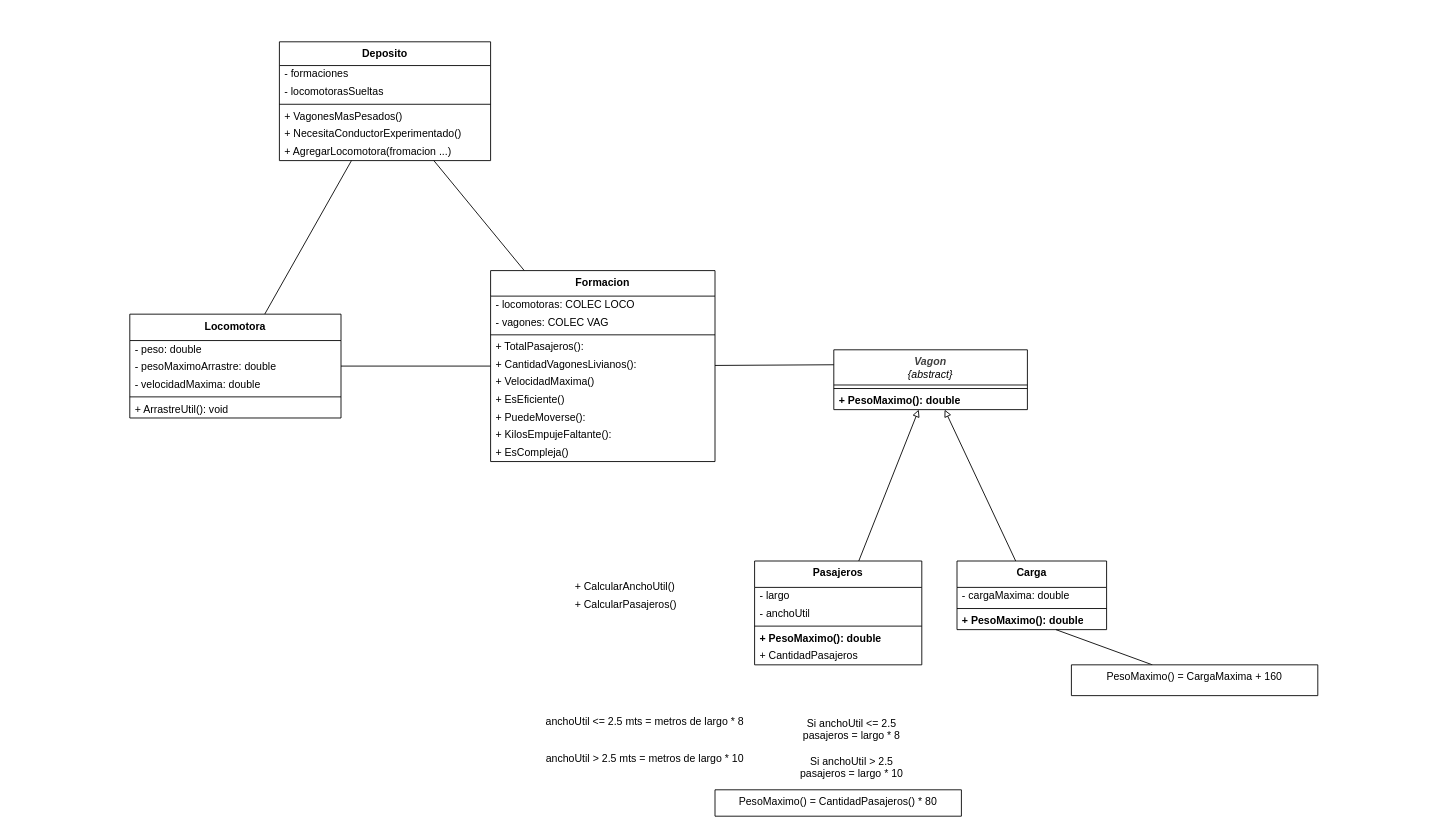
Earlier version of the draw.io diagram src/TrenesyDepositos/EJTrenesDepositosCS.dio (gastonjavierricchiardi/ejercicios-csharp-utn-2026). Source tidied: cells renumbered, new cells numbered last; positions are measured from the earlier drawing's top-left corner, leaving out a move shared by most shapes. Both pictures are drawn from the tidied source at 88%, with x=0, y=0 at pixel (129, 41).
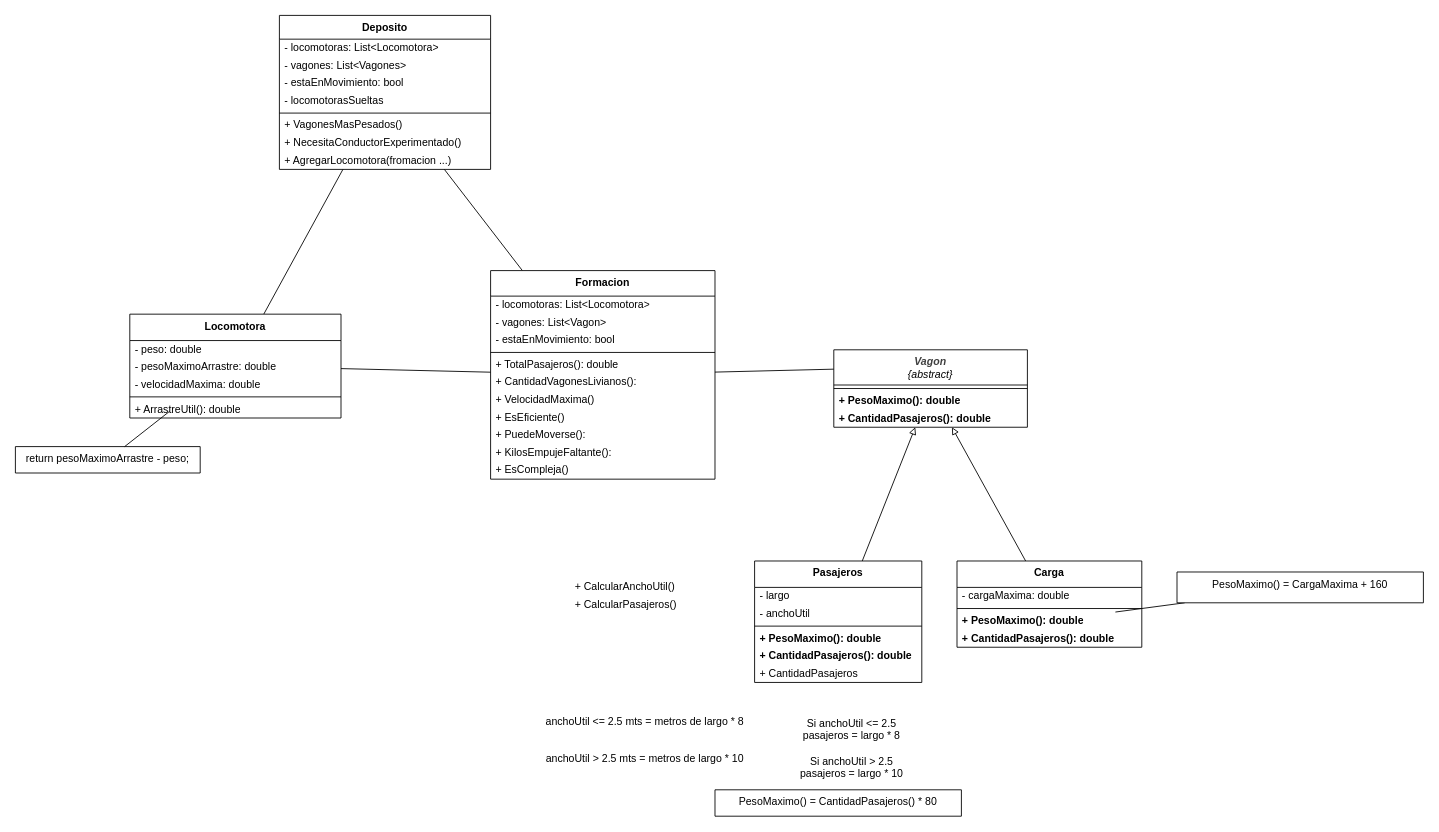
Above is the later version.

Commit message (it also covers changes not shown here):
Subimos el diagrama

The change refers to these unchanged cells:
```xml
<mxCell id="29" value="&lt;b&gt;Locomotora&lt;/b&gt;" style="swimlane;fontStyle=0;align=center;verticalAlign=top;horizontal=1;startSize=30;html=1;whiteSpace=wrap;" parent="1" vertex="1">
  <mxGeometry y="309.5" width="240" height="118" as="geometry" />
</mxCell>
```

The edit, as a diff of the source:
```diff
@@
     <mxCell id="2" value="&lt;b&gt;Deposito&lt;/b&gt;" style="swimlane;fontStyle=0;align=center;verticalAlign=top;horizontal=1;startSize=27;html=1;whiteSpace=wrap;" parent="1" vertex="1">
-      <mxGeometry x="170" width="240" height="135" as="geometry" />
+      <mxGeometry x="170" y="-30" width="240" height="175" as="geometry" />
     </mxCell>
-    <mxCell id="3" value="- formaciones" style="text;html=1;strokeColor=none;fillColor=none;align=left;verticalAlign=middle;spacingLeft=4;spacingRight=4;overflow=hidden;whiteSpace=wrap;" parent="2" vertex="1">
+    <mxCell id="3" value="- locomotoras: List&amp;lt;Locomotora&amp;gt;" style="text;html=1;strokeColor=none;fillColor=none;align=left;verticalAlign=middle;spacingLeft=4;spacingRight=4;overflow=hidden;whiteSpace=wrap;" parent="2" vertex="1">
       <mxGeometry y="27" width="240" height="20" as="geometry" />
     </mxCell>
+    <mxCell id="53" value="- vagones: List&amp;lt;Vagones&amp;gt;" style="text;html=1;strokeColor=none;fillColor=none;align=left;verticalAlign=middle;spacingLeft=4;spacingRight=4;overflow=hidden;whiteSpace=wrap;" parent="2" vertex="1">
+      <mxGeometry y="47" width="240" height="20" as="geometry" />
+    </mxCell>
+    <mxCell id="54" value="- estaEnMovimiento: bool" style="text;html=1;strokeColor=none;fillColor=none;align=left;verticalAlign=middle;spacingLeft=4;spacingRight=4;overflow=hidden;whiteSpace=wrap;" parent="2" vertex="1">
+      <mxGeometry y="67" width="240" height="20" as="geometry" />
+    </mxCell>
     <mxCell id="4" value="- locomotorasSueltas" style="text;html=1;strokeColor=none;fillColor=none;align=left;verticalAlign=middle;spacingLeft=4;spacingRight=4;overflow=hidden;whiteSpace=wrap;" parent="2" vertex="1">
-      <mxGeometry y="47" width="240" height="20" as="geometry" />
+      <mxGeometry y="87" width="240" height="20" as="geometry" />
     </mxCell>
     <mxCell id="5" style="line;strokeWidth=1;fillColor=none;align=left;verticalAlign=middle;spacingTop=-1;spacingLeft=3;spacingRight=3;labelPosition=right;" parent="2" vertex="1">
-      <mxGeometry y="67" width="240" height="8" as="geometry" />
+      <mxGeometry y="107" width="240" height="8" as="geometry" />
     </mxCell>
     <mxCell id="6" value="+ VagonesMasPesados()" style="text;html=1;strokeColor=none;fillColor=none;align=left;verticalAlign=middle;spacingLeft=4;spacingRight=4;overflow=hidden;whiteSpace=wrap;" parent="2" vertex="1">
-      <mxGeometry y="75" width="240" height="20" as="geometry" />
+      <mxGeometry y="115" width="240" height="20" as="geometry" />
     </mxCell>
     <mxCell id="7" value="+ NecesitaConductorExperimentado()" style="text;html=1;strokeColor=none;fillColor=none;align=left;verticalAlign=middle;spacingLeft=4;spacingRight=4;overflow=hidden;whiteSpace=wrap;" parent="2" vertex="1">
-      <mxGeometry y="95" width="240" height="20" as="geometry" />
+      <mxGeometry y="135" width="240" height="20" as="geometry" />
     </mxCell>
     <mxCell id="8" value="+ AgregarLocomotora(fromacion ...)" style="text;html=1;strokeColor=none;fillColor=none;align=left;verticalAlign=middle;spacingLeft=4;spacingRight=4;overflow=hidden;whiteSpace=wrap;" parent="2" vertex="1">
-      <mxGeometry y="115" width="240" height="20" as="geometry" />
+      <mxGeometry y="155" width="240" height="20" as="geometry" />
     </mxCell>
     <mxCell id="9" value="&lt;i&gt;&lt;b style=&quot;color: rgb(63, 63, 63); scrollbar-color: rgb(226, 226, 226) rgb(251, 251, 251);&quot;&gt;Vagon&lt;/b&gt;&lt;br style=&quot;color: rgb(63, 63, 63); scrollbar-color: rgb(226, 226, 226) rgb(251, 251, 251);&quot;&gt;&lt;span style=&quot;color: rgb(0, 0, 0);&quot;&gt;{abstract}&lt;/span&gt;&lt;/i&gt;" style="swimlane;fontStyle=0;align=center;verticalAlign=top;horizontal=1;startSize=40;html=1;whiteSpace=wrap;" parent="1" vertex="1">
-      <mxGeometry x="800" y="350" width="220" height="68" as="geometry" />
+      <mxGeometry x="800" y="350" width="220" height="88" as="geometry" />
     </mxCell>
@@
+    <mxCell id="55" value="+ CantidadPasajeros(): double" style="text;html=1;strokeColor=none;fillColor=none;align=left;verticalAlign=middle;spacingLeft=4;spacingRight=4;overflow=hidden;whiteSpace=wrap;fontStyle=1;" parent="9" vertex="1">
+      <mxGeometry y="68" width="220" height="20" as="geometry" />
+    </mxCell>
@@
     <mxCell id="13" value="&lt;b&gt;Pasajeros&lt;/b&gt;" style="swimlane;fontStyle=0;align=center;verticalAlign=top;horizontal=1;startSize=30;html=1;whiteSpace=wrap;" parent="1" vertex="1">
-      <mxGeometry x="710" y="590" width="190" height="118" as="geometry" />
+      <mxGeometry x="710" y="590" width="190" height="138" as="geometry" />
     </mxCell>
@@
+    <mxCell id="56" value="+ CantidadPasajeros(): double" style="text;html=1;strokeColor=none;fillColor=none;align=left;verticalAlign=middle;spacingLeft=4;spacingRight=4;overflow=hidden;whiteSpace=wrap;fontStyle=1;" parent="13" vertex="1">
+      <mxGeometry y="98" width="190" height="20" as="geometry" />
+    </mxCell>
     <mxCell id="18" value="+ CantidadPasajeros" style="text;html=1;strokeColor=none;fillColor=none;align=left;verticalAlign=middle;spacingLeft=4;spacingRight=4;overflow=hidden;whiteSpace=wrap;" parent="13" vertex="1">
-      <mxGeometry y="98" width="190" height="20" as="geometry" />
+      <mxGeometry y="118" width="190" height="20" as="geometry" />
     </mxCell>
@@
     <mxCell id="20" value="&lt;b&gt;Carga&lt;/b&gt;" style="swimlane;fontStyle=0;align=center;verticalAlign=top;horizontal=1;startSize=30;html=1;whiteSpace=wrap;" parent="1" vertex="1">
-      <mxGeometry x="940" y="590" width="170" height="78" as="geometry" />
+      <mxGeometry x="940" y="590" width="210" height="98" as="geometry" />
     </mxCell>
     <mxCell id="21" value="- cargaMaxima: double" style="text;html=1;strokeColor=none;fillColor=none;align=left;verticalAlign=middle;spacingLeft=4;spacingRight=4;overflow=hidden;whiteSpace=wrap;" parent="20" vertex="1">
-      <mxGeometry y="30" width="170" height="20" as="geometry" />
+      <mxGeometry y="30" width="210" height="20" as="geometry" />
     </mxCell>
     <mxCell id="22" style="line;strokeWidth=1;fillColor=none;align=left;verticalAlign=middle;spacingTop=-1;spacingLeft=3;spacingRight=3;labelPosition=right;" parent="20" vertex="1">
-      <mxGeometry y="50" width="170" height="8" as="geometry" />
+      <mxGeometry y="50" width="210" height="8" as="geometry" />
     </mxCell>
     <mxCell id="23" value="+ PesoMaximo(): double" style="text;html=1;strokeColor=none;fillColor=none;align=left;verticalAlign=middle;spacingLeft=4;spacingRight=4;overflow=hidden;points=[[0,0.5],[1,0.5]];portConstraint=eastwest;whiteSpace=wrap;fontStyle=1;" parent="20" vertex="1">
-      <mxGeometry y="58" width="170" height="20" as="geometry" />
+      <mxGeometry y="58" width="210" height="20" as="geometry" />
     </mxCell>
+    <mxCell id="57" value="+ CantidadPasajeros(): double" style="text;html=1;strokeColor=none;fillColor=none;align=left;verticalAlign=middle;spacingLeft=4;spacingRight=4;overflow=hidden;whiteSpace=wrap;fontStyle=1;" parent="20" vertex="1">
+      <mxGeometry y="78" width="210" height="20" as="geometry" />
+    </mxCell>
@@
-    <mxCell id="34" value="+ ArrastreUtil(): void" style="text;html=1;strokeColor=none;fillColor=none;align=left;verticalAlign=middle;spacingLeft=4;spacingRight=4;overflow=hidden;points=[[0,0.5],[1,0.5]];portConstraint=eastwest;whiteSpace=wrap;" parent="29" vertex="1">
+    <mxCell id="34" value="+ ArrastreUtil(): double" style="text;html=1;strokeColor=none;fillColor=none;align=left;verticalAlign=middle;spacingLeft=4;spacingRight=4;overflow=hidden;points=[[0,0.5],[1,0.5]];portConstraint=eastwest;whiteSpace=wrap;" parent="29" vertex="1">
       <mxGeometry y="98" width="240" height="20" as="geometry" />
     </mxCell>
@@
     <mxCell id="37" value="&lt;b&gt;Formacion&lt;/b&gt;" style="swimlane;fontStyle=0;align=center;verticalAlign=top;horizontal=1;startSize=29;html=1;whiteSpace=wrap;" parent="1" vertex="1">
-      <mxGeometry x="410" y="260" width="255" height="217" as="geometry" />
+      <mxGeometry x="410" y="260" width="255" height="237" as="geometry" />
     </mxCell>
-    <mxCell id="38" value="- locomotoras: COLEC LOCO" style="text;html=1;strokeColor=none;fillColor=none;align=left;verticalAlign=middle;spacingLeft=4;spacingRight=4;overflow=hidden;whiteSpace=wrap;" parent="37" vertex="1">
+    <mxCell id="38" value="- locomotoras: List&amp;lt;Locomotora&amp;gt;" style="text;html=1;strokeColor=none;fillColor=none;align=left;verticalAlign=middle;spacingLeft=4;spacingRight=4;overflow=hidden;whiteSpace=wrap;" parent="37" vertex="1">
       <mxGeometry y="29" width="255" height="20" as="geometry" />
     </mxCell>
-    <mxCell id="39" value="- vagones: COLEC VAG" style="text;html=1;strokeColor=none;fillColor=none;align=left;verticalAlign=middle;spacingLeft=4;spacingRight=4;overflow=hidden;whiteSpace=wrap;" parent="37" vertex="1">
+    <mxCell id="39" value="- vagones: List&amp;lt;Vagon&amp;gt;" style="text;html=1;strokeColor=none;fillColor=none;align=left;verticalAlign=middle;spacingLeft=4;spacingRight=4;overflow=hidden;whiteSpace=wrap;" parent="37" vertex="1">
       <mxGeometry y="49" width="255" height="20" as="geometry" />
     </mxCell>
+    <mxCell id="58" value="- estaEnMovimiento: bool" style="text;html=1;strokeColor=none;fillColor=none;align=left;verticalAlign=middle;spacingLeft=4;spacingRight=4;overflow=hidden;whiteSpace=wrap;" parent="37" vertex="1">
+      <mxGeometry y="69" width="255" height="20" as="geometry" />
+    </mxCell>
     <mxCell id="40" style="line;strokeWidth=1;fillColor=none;align=left;verticalAlign=middle;spacingTop=-1;spacingLeft=3;spacingRight=3;labelPosition=right;" parent="37" vertex="1">
-      <mxGeometry y="69" width="255" height="8" as="geometry" />
+      <mxGeometry y="89" width="255" height="8" as="geometry" />
     </mxCell>
-    <mxCell id="41" value="+ TotalPasajeros():" style="text;html=1;strokeColor=none;fillColor=none;align=left;verticalAlign=middle;spacingLeft=4;spacingRight=4;overflow=hidden;whiteSpace=wrap;" parent="37" vertex="1">
-      <mxGeometry y="77" width="255" height="20" as="geometry" />
+    <mxCell id="41" value="+ TotalPasajeros(): double" style="text;html=1;strokeColor=none;fillColor=none;align=left;verticalAlign=middle;spacingLeft=4;spacingRight=4;overflow=hidden;whiteSpace=wrap;" parent="37" vertex="1">
+      <mxGeometry y="97" width="255" height="20" as="geometry" />
     </mxCell>
     <mxCell id="42" value="+ CantidadVagonesLivianos():" style="text;html=1;strokeColor=none;fillColor=none;align=left;verticalAlign=middle;spacingLeft=4;spacingRight=4;overflow=hidden;whiteSpace=wrap;" parent="37" vertex="1">
-      <mxGeometry y="97" width="255" height="20" as="geometry" />
+      <mxGeometry y="117" width="255" height="20" as="geometry" />
     </mxCell>
     <mxCell id="43" value="+ VelocidadMaxima()" style="text;html=1;strokeColor=none;fillColor=none;align=left;verticalAlign=middle;spacingLeft=4;spacingRight=4;overflow=hidden;whiteSpace=wrap;" parent="37" vertex="1">
-      <mxGeometry y="117" width="255" height="20" as="geometry" />
+      <mxGeometry y="137" width="255" height="20" as="geometry" />
     </mxCell>
     <mxCell id="44" value="+ EsEficiente()" style="text;html=1;strokeColor=none;fillColor=none;align=left;verticalAlign=middle;spacingLeft=4;spacingRight=4;overflow=hidden;whiteSpace=wrap;" parent="37" vertex="1">
-      <mxGeometry y="137" width="255" height="20" as="geometry" />
+      <mxGeometry y="157" width="255" height="20" as="geometry" />
     </mxCell>
     <mxCell id="45" value="+ PuedeMoverse():" style="text;html=1;strokeColor=none;fillColor=none;align=left;verticalAlign=middle;spacingLeft=4;spacingRight=4;overflow=hidden;whiteSpace=wrap;" parent="37" vertex="1">
-      <mxGeometry y="157" width="255" height="20" as="geometry" />
+      <mxGeometry y="177" width="255" height="20" as="geometry" />
     </mxCell>
     <mxCell id="46" value="+ KilosEmpujeFaltante():" style="text;html=1;strokeColor=none;fillColor=none;align=left;verticalAlign=middle;spacingLeft=4;spacingRight=4;overflow=hidden;whiteSpace=wrap;" parent="37" vertex="1">
-      <mxGeometry y="177" width="255" height="20" as="geometry" />
+      <mxGeometry y="197" width="255" height="20" as="geometry" />
     </mxCell>
     <mxCell id="47" value="+ EsCompleja()" style="text;html=1;strokeColor=none;fillColor=none;align=left;verticalAlign=middle;spacingLeft=4;spacingRight=4;overflow=hidden;whiteSpace=wrap;" parent="37" vertex="1">
-      <mxGeometry y="197" width="255" height="20" as="geometry" />
+      <mxGeometry y="217" width="255" height="20" as="geometry" />
     </mxCell>
@@
     <mxCell id="50" value="PesoMaximo() = CargaMaxima + 160" style="shape=note2;boundedLbl=1;whiteSpace=wrap;html=1;size=0;verticalAlign=top;align=center;" parent="1" vertex="1">
-      <mxGeometry x="1070" y="708" width="280" height="35" as="geometry" />
+      <mxGeometry x="1190" y="602.5" width="280" height="35" as="geometry" />
     </mxCell>
@@
+    <mxCell id="59" value="return pesoMaximoArrastre - peso;" style="shape=note2;boundedLbl=1;whiteSpace=wrap;html=1;size=0;verticalAlign=top;align=center;" parent="1" vertex="1">
+      <mxGeometry x="-130" y="460" width="210" height="30" as="geometry" />
+    </mxCell>
+    <mxCell id="60" style="edgeStyle=none;html=1;entryX=0.188;entryY=0.625;entryDx=0;entryDy=0;entryPerimeter=0;endArrow=none;endFill=0;" parent="1" edge="1" source="59" target="34">
+      <mxGeometry relative="1" as="geometry" />
+    </mxCell>
```
